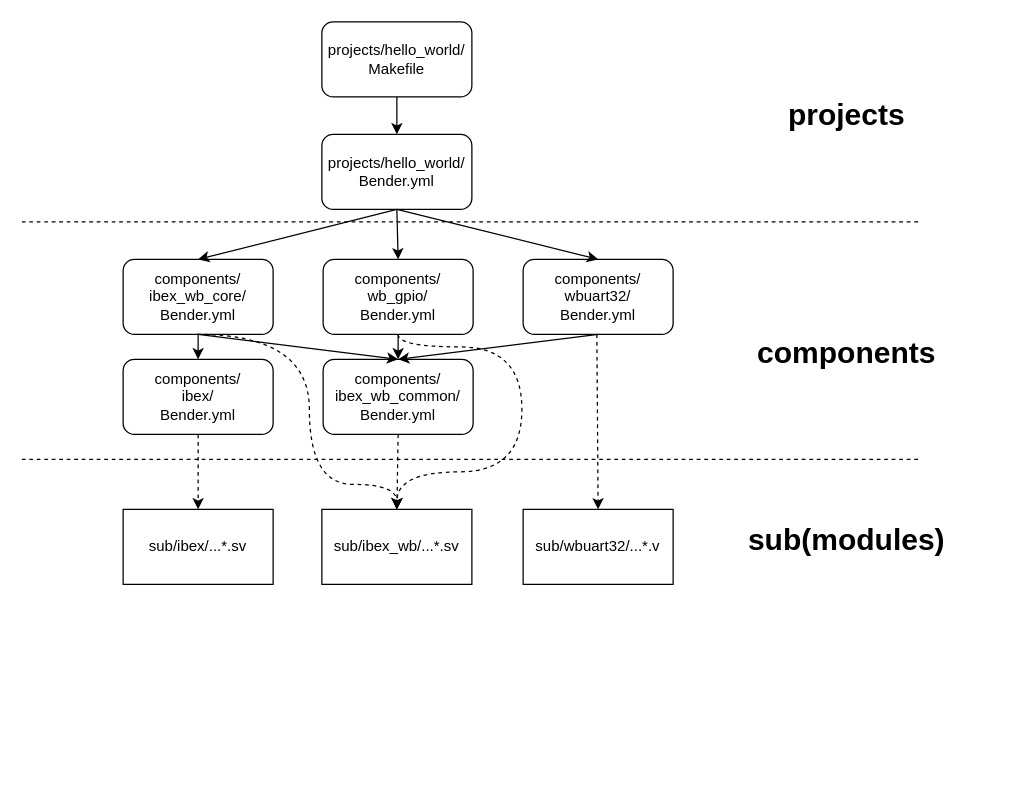
Above: docs/assets/Project_Build_Diagram.drawio in epsilon537/boxlambda (draw.io), before the change. Source tidied: cells renumbered, new cells numbered last; positions are measured from the earlier drawing's top-left corner, leaving out a move shared by most shapes. Both pictures are drawn from the tidied source at 125%, with x=0, y=0 at pixel (21, 21).
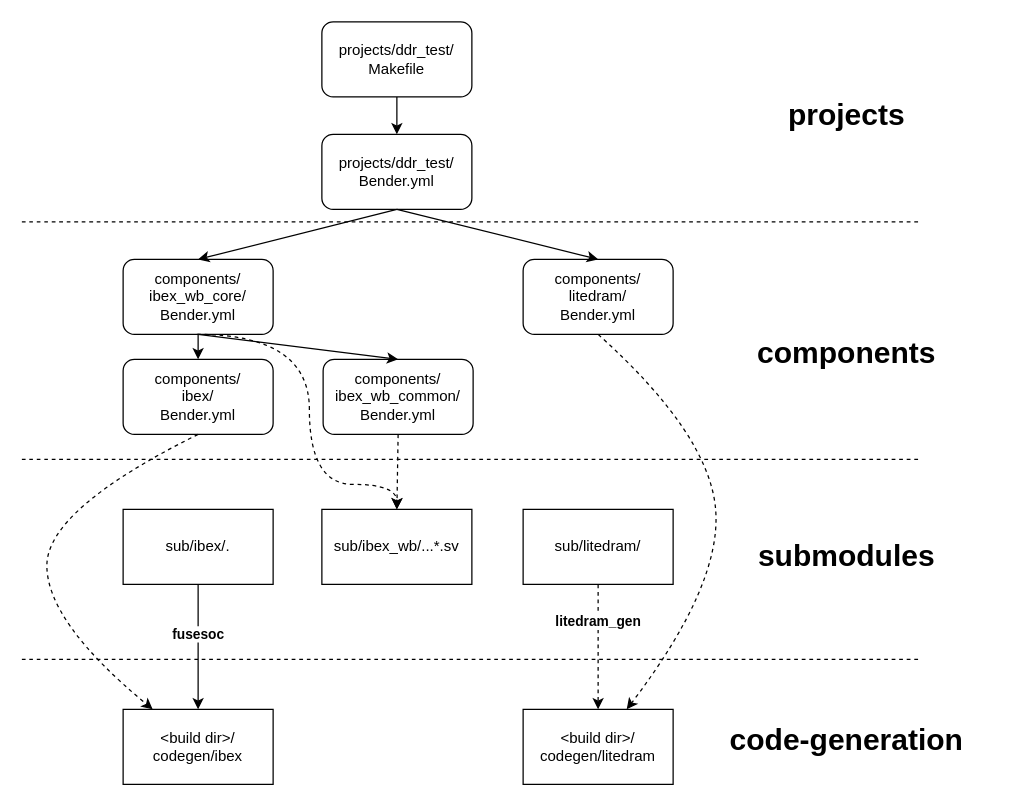
The same page after the edit.

The change refers to these unchanged cells:
```xml
<mxCell id="9" value="components/&lt;br&gt;ibex/&lt;br&gt;Bender.yml" style="rounded=1;whiteSpace=wrap;html=1;" parent="1" vertex="1">
  <mxGeometry x="81" y="270" width="120" height="60" as="geometry" />
</mxCell>
<mxCell id="10" value="components/&lt;br&gt;ibex_wb_common/&lt;br&gt;Bender.yml" style="rounded=1;whiteSpace=wrap;html=1;" parent="1" vertex="1">
  <mxGeometry x="241" y="270" width="120" height="60" as="geometry" />
</mxCell>
<mxCell id="19" value="sub/ibex_wb/...*.sv" style="rounded=0;whiteSpace=wrap;html=1;" parent="1" vertex="1">
  <mxGeometry x="240" y="390" width="120" height="60" as="geometry" />
</mxCell>
```

Change to the diagram source:
```diff
@@
-    <mxCell id="2" value="projects/hello_world/&lt;br&gt;Bender.yml" style="rounded=1;whiteSpace=wrap;html=1;" parent="1" vertex="1">
+    <mxCell id="2" value="projects/ddr_test/&lt;br&gt;Bender.yml" style="rounded=1;whiteSpace=wrap;html=1;" parent="1" vertex="1">
       <mxGeometry x="240" y="90" width="120" height="60" as="geometry" />
     </mxCell>
-    <mxCell id="3" value="projects/hello_world/&lt;br&gt;Makefile" style="rounded=1;whiteSpace=wrap;html=1;" parent="1" vertex="1">
+    <mxCell id="3" value="projects/ddr_test/&lt;br&gt;Makefile" style="rounded=1;whiteSpace=wrap;html=1;" parent="1" vertex="1">
       <mxGeometry x="240" width="120" height="60" as="geometry" />
     </mxCell>
@@
-    <mxCell id="6" value="components/&lt;br&gt;wb_gpio/&lt;br&gt;Bender.yml" style="rounded=1;whiteSpace=wrap;html=1;" parent="1" vertex="1">
-      <mxGeometry x="241" y="190" width="120" height="60" as="geometry" />
-    </mxCell>
-    <mxCell id="7" value="components/&lt;br&gt;wbuart32/&lt;br&gt;Bender.yml" style="rounded=1;whiteSpace=wrap;html=1;" parent="1" vertex="1">
+    <mxCell id="7" value="components/&lt;br&gt;litedram/&lt;br&gt;Bender.yml" style="rounded=1;whiteSpace=wrap;html=1;" parent="1" vertex="1">
       <mxGeometry x="401" y="190" width="120" height="60" as="geometry" />
     </mxCell>
-    <mxCell id="8" style="edgeStyle=orthogonalEdgeStyle;rounded=0;jettySize=auto;html=1;dashed=1;targetPerimeterSpacing=14;strokeWidth=1;exitX=0.5;exitY=1;exitDx=0;exitDy=0;entryX=0.5;entryY=0;entryDx=0;entryDy=0;curved=1;" parent="1" edge="1" source="6" target="19">
-      <mxGeometry relative="1" as="geometry">
-        <Array as="points">
-          <mxPoint x="301" y="260" />
-          <mxPoint x="400" y="260" />
-          <mxPoint x="400" y="360" />
-          <mxPoint x="300" y="360" />
-        </Array>
-      </mxGeometry>
-    </mxCell>
@@
-    <mxCell id="11" style="endArrow=classic;html=1;rounded=0;exitX=0.5;exitY=1;exitDx=0;exitDy=0;entryX=0.5;entryY=0;entryDx=0;entryDy=0;" parent="1" edge="1" source="2" target="6">
-      <mxGeometry relative="1" as="geometry" />
-    </mxCell>
@@
-    <mxCell id="16" style="endArrow=classic;html=1;rounded=0;exitX=0.5;exitY=1;exitDx=0;exitDy=0;entryX=0.5;entryY=0;entryDx=0;entryDy=0;" parent="1" edge="1" source="6" target="10">
-      <mxGeometry relative="1" as="geometry" />
-    </mxCell>
-    <mxCell id="17" style="endArrow=classic;html=1;rounded=0;exitX=0.5;exitY=1;exitDx=0;exitDy=0;entryX=0.5;entryY=0;entryDx=0;entryDy=0;" parent="1" edge="1" source="7" target="10">
-      <mxGeometry relative="1" as="geometry" />
-    </mxCell>
-    <mxCell id="18" value="sub/ibex/...*.sv" style="rounded=0;whiteSpace=wrap;html=1;" parent="1" vertex="1">
+    <mxCell id="18" value="sub/ibex/." style="rounded=0;whiteSpace=wrap;html=1;" parent="1" vertex="1">
       <mxGeometry x="81" y="390" width="120" height="60" as="geometry" />
     </mxCell>
@@
-    <mxCell id="20" value="sub/wbuart32/...*.v" style="rounded=0;whiteSpace=wrap;html=1;" parent="1" vertex="1">
-      <mxGeometry x="401" y="390" width="120" height="60" as="geometry" />
-    </mxCell>
-    <mxCell id="21" style="endArrow=classic;html=1;rounded=0;targetPerimeterSpacing=14;strokeWidth=1;entryX=0.5;entryY=0;entryDx=0;entryDy=0;dashed=1;" parent="1" edge="1" target="20">
-      <mxGeometry relative="1" as="geometry">
-        <mxPoint x="460" y="250" as="sourcePoint" />
+    <mxCell id="21" value="litedram_gen" style="endArrow=classic;html=1;rounded=0;targetPerimeterSpacing=14;strokeWidth=1;entryX=0.5;entryY=0;entryDx=0;entryDy=0;dashed=1;fontStyle=1;exitX=0.5;exitY=1;exitDx=0;exitDy=0;" parent="1" edge="1" source="36">
+      <mxGeometry x="-0.4" relative="1" as="geometry">
+        <mxPoint x="461" y="550" as="targetPoint" />
       </mxGeometry>
     </mxCell>
@@
-    <mxCell id="23" style="endArrow=classic;html=1;rounded=0;targetPerimeterSpacing=14;strokeWidth=1;entryX=0.5;entryY=0;entryDx=0;entryDy=0;dashed=1;exitX=0.5;exitY=1;exitDx=0;exitDy=0;" parent="1" edge="1" source="9" target="18">
-      <mxGeometry relative="1" as="geometry" />
-    </mxCell>
@@
-    <mxCell id="29" value="sub(modules)" style="text;html=1;strokeColor=none;fillColor=none;align=center;verticalAlign=middle;whiteSpace=wrap;rounded=0;fontStyle=1;fontSize=24;" parent="1" vertex="1">
-      <mxGeometry x="630" y="400" width="60" height="30" as="geometry" />
+    <mxCell id="29" value="submodules" style="text;html=1;strokeColor=none;fillColor=none;align=center;verticalAlign=middle;whiteSpace=wrap;rounded=0;fontStyle=1;fontSize=24;" parent="1" vertex="1">
+      <mxGeometry x="630" y="413" width="60" height="30" as="geometry" />
     </mxCell>
+    <mxCell id="30" style="endArrow=none;dashed=1;html=1;rounded=0;targetPerimeterSpacing=14;strokeWidth=1;curved=1;" parent="1" edge="1">
+      <mxGeometry relative="1" as="geometry">
+        <mxPoint y="510" as="sourcePoint" />
+        <mxPoint x="720" y="510" as="targetPoint" />
+      </mxGeometry>
+    </mxCell>
+    <mxCell id="31" value="code-generation" style="text;html=1;strokeColor=none;fillColor=none;align=center;verticalAlign=middle;whiteSpace=wrap;rounded=0;fontStyle=1;fontSize=24;" parent="1" vertex="1">
+      <mxGeometry x="540" y="560" width="240" height="30" as="geometry" />
+    </mxCell>
+    <mxCell id="32" value="&amp;lt;build dir&amp;gt;/&lt;div&gt;codegen/ibex&lt;/div&gt;" style="rounded=0;whiteSpace=wrap;html=1;" parent="1" vertex="1">
+      <mxGeometry x="81" y="550" width="120" height="60" as="geometry" />
+    </mxCell>
+    <mxCell id="33" value="&amp;lt;build dir&amp;gt;/&lt;div&gt;codegen/litedram&lt;/div&gt;" style="rounded=0;whiteSpace=wrap;html=1;" parent="1" vertex="1">
+      <mxGeometry x="401" y="550" width="120" height="60" as="geometry" />
+    </mxCell>
+    <mxCell id="34" value="fusesoc" style="endArrow=classic;html=1;rounded=0;targetPerimeterSpacing=14;strokeWidth=1;entryX=0.5;entryY=0;entryDx=0;entryDy=0;exitX=0.5;exitY=1;exitDx=0;exitDy=0;fontStyle=1;" parent="1" edge="1" source="18" target="32">
+      <mxGeometry x="-0.2" relative="1" as="geometry" />
+    </mxCell>
+    <mxCell id="35" style="curved=1;endArrow=classic;html=1;rounded=0;exitX=0.5;exitY=1;exitDx=0;exitDy=0;dashed=1;" parent="1" edge="1" source="9" target="32">
+      <mxGeometry relative="1" as="geometry">
+        <Array as="points">
+          <mxPoint x="20" y="390" />
+          <mxPoint x="20" y="480" />
+        </Array>
+      </mxGeometry>
+    </mxCell>
+    <mxCell id="36" value="sub/litedram/" style="rounded=0;whiteSpace=wrap;html=1;" parent="1" vertex="1">
+      <mxGeometry x="401" y="390" width="120" height="60" as="geometry" />
+    </mxCell>
+    <mxCell id="37" style="curved=1;endArrow=classic;html=1;rounded=0;exitX=0.5;exitY=1;exitDx=0;exitDy=0;dashed=1;" parent="1" edge="1" source="7" target="33">
+      <mxGeometry relative="1" as="geometry">
+        <Array as="points">
+          <mxPoint x="550" y="330" />
+          <mxPoint x="560" y="450" />
+        </Array>
+      </mxGeometry>
+    </mxCell>
```
